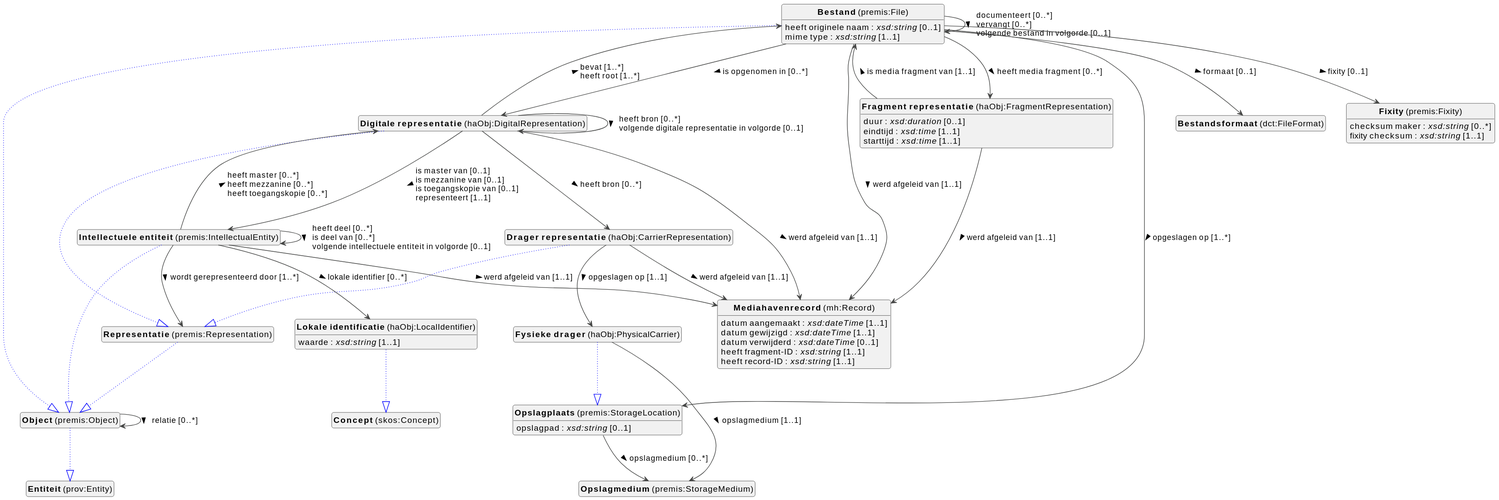
Above: docs/metadata/knowledge-graph/0.0.1/objects/nl/objects-diagram.svg in viaacode/documentation-jekyll (PlantUML), before the change.
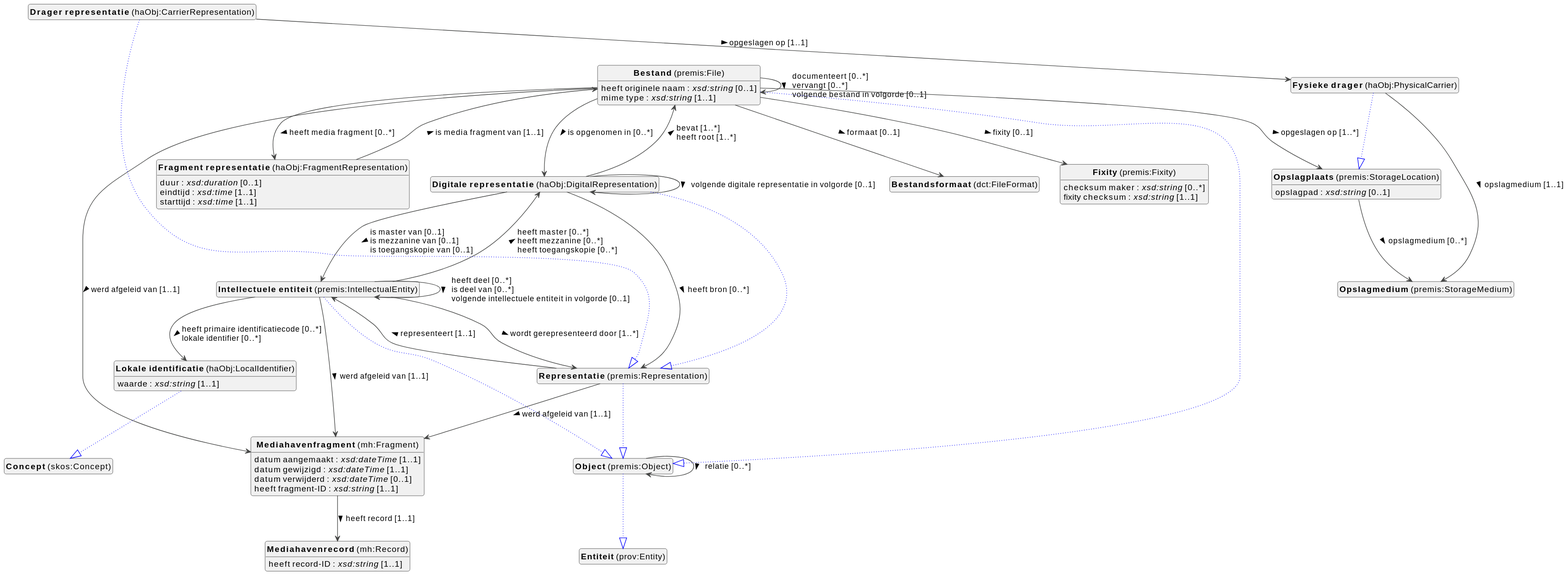
After the commit.

Diff of the diagram source:
```diff
@@ -25,6 +25,7 @@
 class "<b>Object</b> (premis:Object)" as premis_Object [[#premis%3AObject]]
 class "<b>Lokale identificatie</b> (haObj:LocalIdentifier)" as haObj_LocalIdentifier [[#haObj%3ALocalIdentifier]]
 class "<b>Concept</b> (skos:Concept)" as skos_Concept [[#skos%3AConcept]]
+class "<b>Mediahavenfragment</b> (mh:Fragment)" as mh_Fragment [[#mh%3AFragment]]
 class "<b>Mediahavenrecord</b> (mh:Record)" as mh_Record [[#mh%3ARecord]]
 class "<b>Object</b> (premis:Object)" as premis_Object [[#premis%3AObject]]
 class "<b>Entiteit</b> (prov:Entity)" as prov_Entity [[#prov%3AEntity]]
@@ -41,7 +42,7 @@
 premis_File --> dct_FileFormat :formaat [0..1]  >
 premis_File --> haObj_DigitalRepresentation :is opgenomen in [0..*]  >
 premis_File --> haObj_FragmentRepresentation :heeft media fragment [0..*]  >
-premis_File --> mh_Record :werd afgeleid van [1..1]  >
+premis_File --> mh_Fragment :werd afgeleid van [1..1]  >
 premis_File --> premis_File :documenteert [0..*]  \lvervangt [0..*]  \lvolgende bestand in volgorde [0..1]  >
 premis_File --> premis_Fixity :fixity [0..1]  >
 premis_File --> premis_StorageLocation :opgeslagen op [1..*]  >
@@ -52,16 +53,14 @@
 
 haObj_DigitalRepresentation --|> premis_Representation #blue;line.dotted;text:blue
 
-haObj_DigitalRepresentation --> haObj_CarrierRepresentation :heeft bron [0..*]  >
-haObj_DigitalRepresentation --> haObj_DigitalRepresentation :heeft bron [0..*]  \lvolgende digitale representatie in volgorde [0..1]  >
-haObj_DigitalRepresentation --> mh_Record :werd afgeleid van [1..1]  >
+haObj_DigitalRepresentation --> haObj_DigitalRepresentation :volgende digitale representatie in volgorde [0..1]  >
 haObj_DigitalRepresentation --> premis_File :bevat [1..*]  \lheeft root [1..*]  >
-haObj_DigitalRepresentation --> premis_IntellectualEntity :is master van [0..1]  \lis mezzanine van [0..1]  \lis toegangskopie van [0..1]  \lrepresenteert [1..1]  >
+haObj_DigitalRepresentation --> premis_IntellectualEntity :is master van [0..1]  \lis mezzanine van [0..1]  \lis toegangskopie van [0..1]  >
+haObj_DigitalRepresentation --> premis_Representation :heeft bron [0..*]  >
 
 haObj_CarrierRepresentation --|> premis_Representation #blue;line.dotted;text:blue
 
 haObj_CarrierRepresentation --> haObj_PhysicalCarrier :opgeslagen op [1..1]  >
-haObj_CarrierRepresentation --> mh_Record :werd afgeleid van [1..1]  >
 
 
 premis_Fixity : checksum maker : <i>xsd:string</i> [0..*]
@@ -72,7 +71,6 @@
 haObj_FragmentRepresentation : duur : <i>xsd:duration</i> [0..1]
 haObj_FragmentRepresentation : eindtijd : <i>xsd:time</i> [1..1]
 haObj_FragmentRepresentation : starttijd : <i>xsd:time</i> [1..1]
-haObj_FragmentRepresentation --> mh_Record :werd afgeleid van [1..1]  >
 haObj_FragmentRepresentation --> premis_File :is media fragment van [1..1]  >
 
 
@@ -84,8 +82,8 @@
 premis_IntellectualEntity --|> premis_Object #blue;line.dotted;text:blue
 
 premis_IntellectualEntity --> haObj_DigitalRepresentation :heeft master [0..*]  \lheeft mezzanine [0..*]  \lheeft toegangskopie [0..*]  >
-premis_IntellectualEntity --> haObj_LocalIdentifier :lokale identifier [0..*]  >
-premis_IntellectualEntity --> mh_Record :werd afgeleid van [1..1]  >
+premis_IntellectualEntity --> haObj_LocalIdentifier :heeft primaire identificatiecode [0..*]  \llokale identifier [0..*]  >
+premis_IntellectualEntity --> mh_Fragment :werd afgeleid van [1..1]  >
 premis_IntellectualEntity --> premis_IntellectualEntity :heeft deel [0..*]  \lis deel van [0..*]  \lvolgende intellectuele entiteit in volgorde [0..1]  >
 premis_IntellectualEntity --> premis_Representation :wordt gerepresenteerd door [1..*]  >
 
@@ -95,12 +93,16 @@
 
 
 
-mh_Record : datum aangemaakt : <i>xsd:dateTime</i> [1..1]
-mh_Record : datum gewijzigd : <i>xsd:dateTime</i> [1..1]
-mh_Record : datum verwijderd : <i>xsd:dateTime</i> [0..1]
-mh_Record : heeft fragment-ID : <i>xsd:string</i> [1..1]
+mh_Fragment : datum aangemaakt : <i>xsd:dateTime</i> [1..1]
+mh_Fragment : datum gewijzigd : <i>xsd:dateTime</i> [1..1]
+mh_Fragment : datum verwijderd : <i>xsd:dateTime</i> [0..1]
+mh_Fragment : heeft fragment-ID : <i>xsd:string</i> [1..1]
+mh_Fragment --> mh_Record :heeft record [1..1]  >
+
+
+
+
 mh_Record : heeft record-ID : <i>xsd:string</i> [1..1]
-
 
 
 premis_Object --|> prov_Entity #blue;line.dotted;text:blue
@@ -116,6 +118,8 @@
 
 premis_Representation --|> premis_Object #blue;line.dotted;text:blue
 
+premis_Representation --> mh_Fragment :werd afgeleid van [1..1]  >
+premis_Representation --> premis_IntellectualEntity :representeert [1..1]  >
 
 
 hide circle
```
